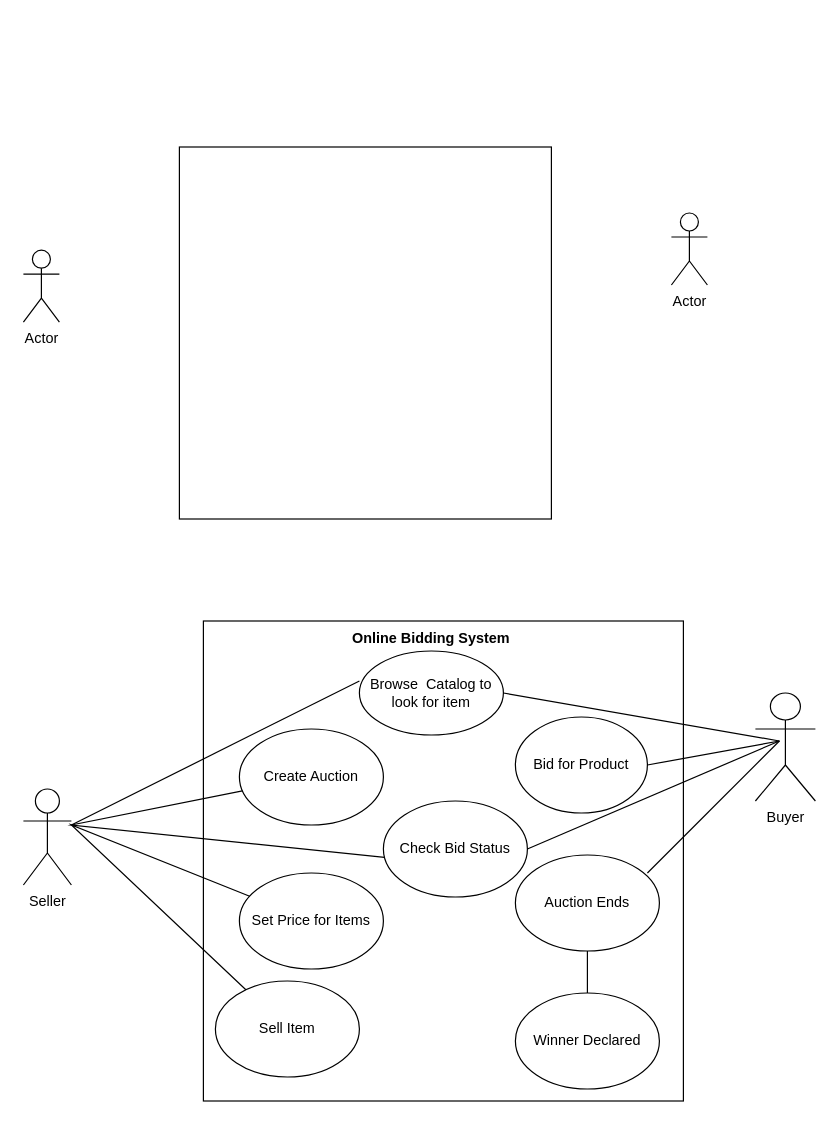
Above: Untitled Diagram.drawio in Calebcheruiyc/ProjTech (draw.io), before the change. Source tidied: cells renumbered, new cells numbered last; positions are measured from the earlier drawing's top-left corner, leaving out a move shared by most shapes. Both pictures are drawn from the tidied source at 120%, with x=0, y=0 at pixel (23, 146).
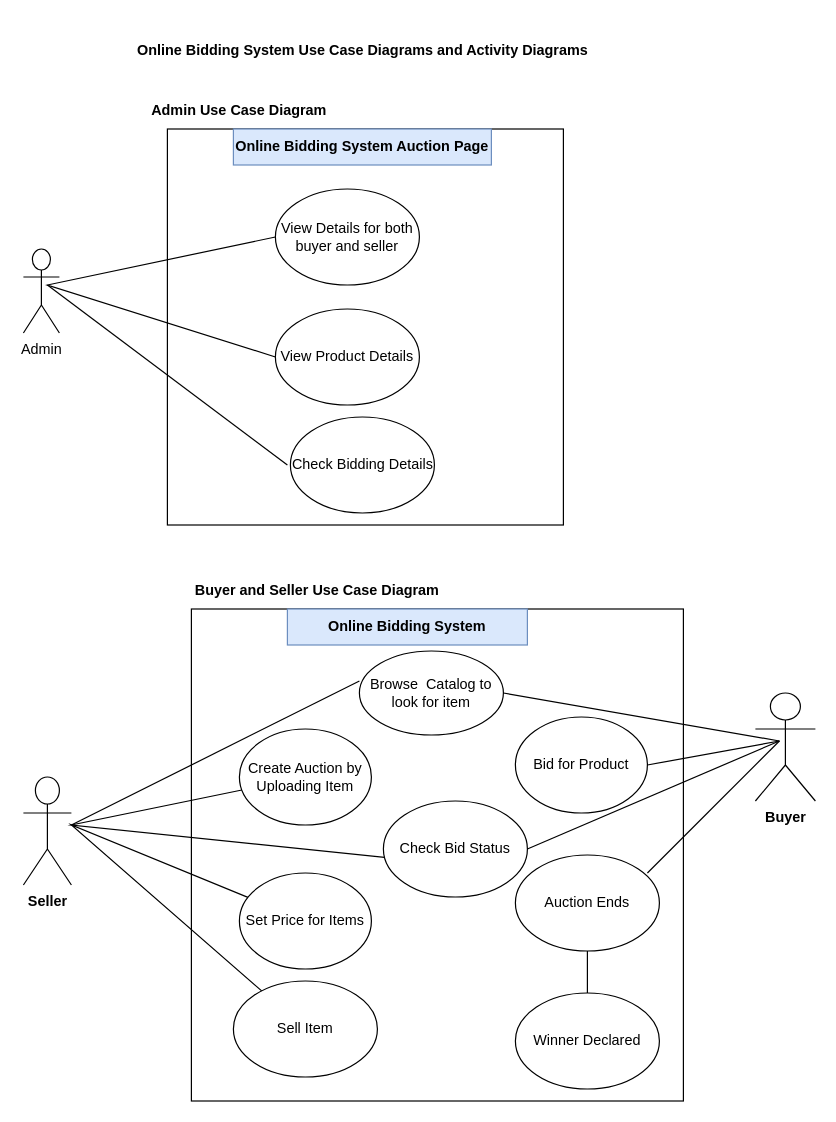
Above is the later version.

The edit, as a diff of the source:
```diff
@@
-    <mxCell id="2" style="whiteSpace=wrap;html=1;" parent="1" vertex="1">
-      <mxGeometry x="130" width="310" height="310" as="geometry" />
-    </mxCell>
-    <mxCell id="3" value="Actor" style="shape=umlActor;verticalLabelPosition=bottom;verticalAlign=top;html=1;" parent="1" vertex="1">
-      <mxGeometry y="86" width="30" height="60" as="geometry" />
-    </mxCell>
-    <mxCell id="4" value="Actor" style="shape=umlActor;verticalLabelPosition=bottom;verticalAlign=top;html=1;" parent="1" vertex="1">
-      <mxGeometry x="540" y="55" width="30" height="60" as="geometry" />
-    </mxCell>
     <mxCell id="5" style="whiteSpace=wrap;html=1;" parent="1" vertex="1">
-      <mxGeometry x="150" y="395" width="400" height="400" as="geometry" />
+      <mxGeometry x="140" y="385" width="410" height="410" as="geometry" />
     </mxCell>
-    <mxCell id="6" value="Seller" style="shape=umlActor;verticalLabelPosition=bottom;verticalAlign=top;html=1;" parent="1" vertex="1">
-      <mxGeometry y="535" width="40" height="80" as="geometry" />
+    <mxCell id="6" value="Seller" style="shape=umlActor;verticalLabelPosition=bottom;verticalAlign=top;html=1;fontStyle=1;" parent="1" vertex="1">
+      <mxGeometry y="525" width="40" height="90" as="geometry" />
     </mxCell>
@@
-    <mxCell id="12" value="Create Auction" style="ellipse;whiteSpace=wrap;html=1;" parent="1" vertex="1">
-      <mxGeometry x="180" y="485" width="120" height="80" as="geometry" />
+    <mxCell id="12" value="Create Auction by Uploading Item" style="ellipse;whiteSpace=wrap;html=1;" parent="1" vertex="1">
+      <mxGeometry x="180" y="485" width="110" height="80" as="geometry" />
     </mxCell>
     <mxCell id="13" value="Sell Item" style="ellipse;whiteSpace=wrap;html=1;" parent="1" vertex="1">
-      <mxGeometry x="160" y="695" width="120" height="80" as="geometry" />
+      <mxGeometry x="175" y="695" width="120" height="80" as="geometry" />
     </mxCell>
-    <mxCell id="14" value="Buyer" style="shape=umlActor;verticalLabelPosition=bottom;verticalAlign=top;html=1;" parent="1" vertex="1">
+    <mxCell id="14" value="Buyer" style="shape=umlActor;verticalLabelPosition=bottom;verticalAlign=top;html=1;fontStyle=1;" parent="1" vertex="1">
       <mxGeometry x="610" y="455" width="50" height="90" as="geometry" />
     </mxCell>
@@
-    <mxCell id="19" value="Online Bidding System" style="text;html=1;strokeColor=none;fillColor=none;align=center;verticalAlign=middle;whiteSpace=wrap;rounded=0;fontStyle=1;" parent="1" vertex="1">
-      <mxGeometry x="240" y="395" width="200" height="30" as="geometry" />
+    <mxCell id="19" value="Online Bidding System" style="text;html=1;strokeColor=#6c8ebf;fillColor=#dae8fc;align=center;verticalAlign=middle;whiteSpace=wrap;rounded=0;fontStyle=1;" parent="1" vertex="1">
+      <mxGeometry x="220" y="385" width="200" height="30" as="geometry" />
     </mxCell>
@@
     <mxCell id="23" value="Set Price for Items" style="ellipse;whiteSpace=wrap;html=1;" parent="1" vertex="1">
-      <mxGeometry x="180" y="605" width="120" height="80" as="geometry" />
+      <mxGeometry x="180" y="605" width="110" height="80" as="geometry" />
     </mxCell>
@@
+    <mxCell id="26" style="whiteSpace=wrap;html=1;" parent="1" vertex="1">
+      <mxGeometry x="120" y="-15" width="330" height="330" as="geometry" />
+    </mxCell>
+    <mxCell id="27" value="Online Bidding System Auction Page" style="text;html=1;strokeColor=#6c8ebf;fillColor=#dae8fc;align=center;verticalAlign=middle;whiteSpace=wrap;rounded=0;fontStyle=1;" parent="1" vertex="1">
+      <mxGeometry x="175" y="-15" width="215" height="30" as="geometry" />
+    </mxCell>
+    <mxCell id="28" value="View Details for both buyer and seller" style="ellipse;whiteSpace=wrap;html=1;" parent="1" vertex="1">
+      <mxGeometry x="210" y="35" width="120" height="80" as="geometry" />
+    </mxCell>
+    <mxCell id="29" value="View Product Details" style="ellipse;whiteSpace=wrap;html=1;" parent="1" vertex="1">
+      <mxGeometry x="210" y="135" width="120" height="80" as="geometry" />
+    </mxCell>
+    <mxCell id="30" value="Check Bidding Details" style="ellipse;whiteSpace=wrap;html=1;" parent="1" vertex="1">
+      <mxGeometry x="222.5" y="225" width="120" height="80" as="geometry" />
+    </mxCell>
+    <mxCell id="31" value="Admin" style="shape=umlActor;verticalLabelPosition=bottom;verticalAlign=top;html=1;" parent="1" vertex="1">
+      <mxGeometry y="85" width="30" height="70" as="geometry" />
+    </mxCell>
+    <mxCell id="32" style="endArrow=none;html=1;rounded=0;entryX=0;entryY=0.5;entryDx=0;entryDy=0;exitX=0;exitY=0.5;exitDx=0;exitDy=0;" parent="1" edge="1" source="29" target="28">
+      <mxGeometry relative="1" as="geometry">
+        <Array as="points">
+          <mxPoint x="20" y="115" />
+        </Array>
+      </mxGeometry>
+    </mxCell>
+    <mxCell id="33" style="endArrow=none;html=1;rounded=0;" parent="1" edge="1">
+      <mxGeometry relative="1" as="geometry">
+        <mxPoint x="220" y="265" as="sourcePoint" />
+        <mxPoint x="20" y="115" as="targetPoint" />
+        <Array as="points">
+          <mxPoint x="220" y="265" />
+        </Array>
+      </mxGeometry>
+    </mxCell>
+    <mxCell id="34" value="Online Bidding System Use Case Diagrams and Activity Diagrams" style="text;html=1;strokeColor=none;fillColor=none;align=center;verticalAlign=middle;whiteSpace=wrap;rounded=0;fontStyle=1;" parent="1" vertex="1">
+      <mxGeometry x="62.5" y="-105" width="440" height="50" as="geometry" />
+    </mxCell>
+    <mxCell id="35" value="Admin Use Case Diagram" style="text;html=1;strokeColor=none;fillColor=none;align=center;verticalAlign=middle;whiteSpace=wrap;rounded=0;fontStyle=1;" parent="1" vertex="1">
+      <mxGeometry x="100" y="-45" width="160" height="30" as="geometry" />
+    </mxCell>
+    <mxCell id="36" value="Buyer and Seller Use Case Diagram" style="text;html=1;strokeColor=none;fillColor=none;align=center;verticalAlign=middle;whiteSpace=wrap;rounded=0;fontStyle=1;" parent="1" vertex="1">
+      <mxGeometry x="140" y="355" width="210" height="30" as="geometry" />
+    </mxCell>
```
